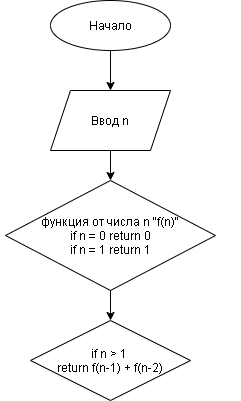
Before: fibonachi_image.png, a diagram exported from draw.io (GDI19/algorithms_py). Source tidied: cells renumbered, new cells last; positions are measured from the earlier drawing's top-left corner, leaving out a move shared by most shapes.
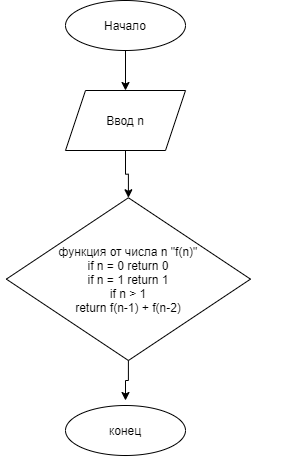
Later version of the same file.

The edit, as a diff of the source:
```diff
@@ -21,25 +21,28 @@
       <mxGeometry width="130" height="60" as="geometry" />
     </mxCell>
     <mxCell id="8" style="group;" parent="1" vertex="1">
-      <mxGeometry y="190" width="240" height="110" as="geometry" />
+      <mxGeometry x="-15" y="210" width="280" height="150" as="geometry" />
     </mxCell>
-    <mxCell id="9" value="функция от числа n &quot;f(n)&quot;&lt;br&gt;if n = 0 return 0&lt;br&gt;if n = 1 return 1" style="rhombus;whiteSpace=wrap;html=1;fontStyle=0;" parent="8" vertex="1">
-      <mxGeometry x="5" y="-10" width="210" height="110" as="geometry" />
+    <mxCell id="9" value="функция от числа n &quot;f(n)&quot;&lt;br&gt;if n = 0 return 0&lt;br&gt;if n = 1 return 1&lt;br&gt;if n &amp;gt; 1&lt;br&gt;return f(n-1) + f(n-2)" style="rhombus;whiteSpace=wrap;html=1;fontStyle=0;" parent="8" vertex="1">
+      <mxGeometry x="5.8" y="-12.7" width="244.2" height="162.7" as="geometry" />
     </mxCell>
-    <mxCell id="10" style="group;" parent="1" vertex="1">
-      <mxGeometry y="320" width="220" height="80" as="geometry" />
-    </mxCell>
-    <mxCell id="11" value="if n &amp;gt; 1 &lt;br&gt;return f(n-1) + f(n-2)" style="rhombus;whiteSpace=wrap;html=1;fontStyle=0;" parent="10" vertex="1">
-      <mxGeometry x="30" width="160" height="80" as="geometry" />
-    </mxCell>
     <mxCell id="12" style="edgeStyle=orthogonalEdgeStyle;rounded=0;jettySize=auto;html=1;entryX=0.5;entryY=0;entryDx=0;entryDy=0;" parent="1" edge="1" source="4" target="7">
       <mxGeometry relative="1" as="geometry" />
     </mxCell>
     <mxCell id="13" style="edgeStyle=orthogonalEdgeStyle;rounded=0;jettySize=auto;html=1;entryX=0.5;entryY=0;entryDx=0;entryDy=0;" parent="1" edge="1" source="7" target="9">
       <mxGeometry relative="1" as="geometry" />
     </mxCell>
-    <mxCell id="14" style="edgeStyle=orthogonalEdgeStyle;rounded=0;jettySize=auto;html=1;exitX=0.5;exitY=1;exitDx=0;exitDy=0;" parent="1" edge="1" source="9" target="11">
-      <mxGeometry relative="1" as="geometry" />
-    </mxCell>
+    <mxCell id="15" style="group;" parent="1" vertex="1">
+      <mxGeometry x="50" y="400" width="120" height="60" as="geometry" />
+    </mxCell>
+    <mxCell id="16" style="ellipse;whiteSpace=wrap;html=1;" parent="15" vertex="1">
+      <mxGeometry y="5" width="120" height="50" as="geometry" />
+    </mxCell>
+    <mxCell id="17" value="конец" style="text;html=1;strokeColor=none;fillColor=none;align=center;verticalAlign=middle;whiteSpace=wrap;rounded=0;" parent="15" vertex="1">
+      <mxGeometry x="20" width="80" height="60" as="geometry" />
+    </mxCell>
+    <mxCell id="18" style="edgeStyle=orthogonalEdgeStyle;rounded=0;jettySize=auto;html=1;entryX=0.5;entryY=0;entryDx=0;entryDy=0;" parent="1" edge="1" source="9" target="17">
+      <mxGeometry relative="1" as="geometry" />
+    </mxCell>
   </root>
 </mxGraphModel>
```
